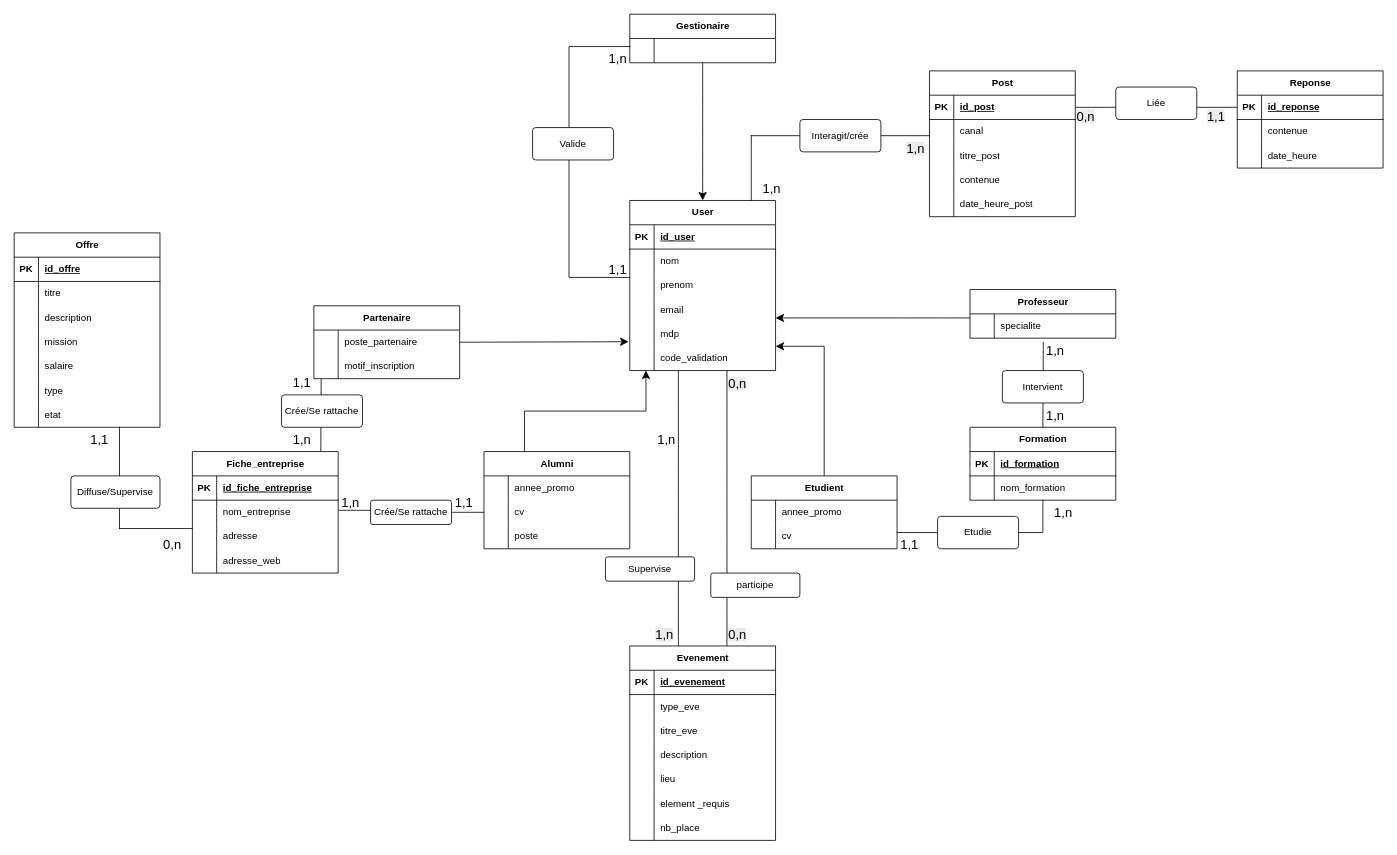
Above: Informations/MCD projet lprs V3.drawio in Ruthh-mt/projet-lprs (draw.io), before the change. Source tidied: cells renumbered, new cells numbered last; positions are measured from the earlier drawing's top-left corner, leaving out a move shared by most shapes. Both pictures are drawn from the tidied source at 81%, with x=0, y=0 at pixel (14, 14).
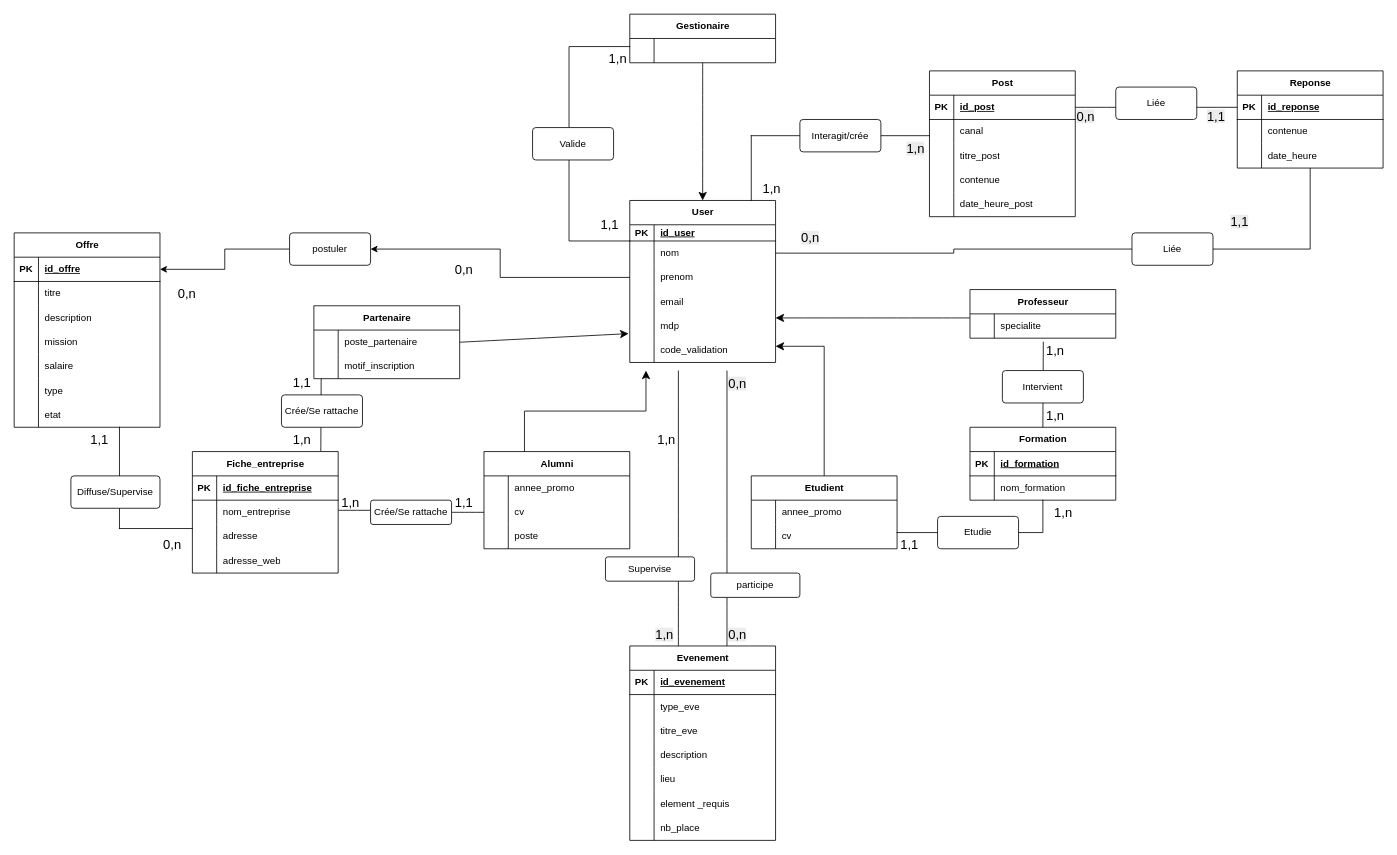
The same diagram, later.

Commit message:
Mettre à jour MCD projet lprs V3.drawio

The change refers to these unchanged cells:
```xml
<mxCell id="113" style="shape=tableRow;horizontal=0;startSize=0;swimlaneHead=0;swimlaneBody=0;fillColor=none;points=[[0,0.5],[1,0.5]];portConstraint=eastwest;top=0;left=0;right=0;bottom=1;" parent="112" vertex="1">
  <mxGeometry y="30" width="180" height="30" as="geometry" />
</mxCell>
<mxCell id="152" value="Reponse" style="shape=table;startSize=30;childLayout=tableLayout;rowLines=0;fontStyle=1;align=center;html=1;" parent="1" vertex="1">
  <mxGeometry x="1510" y="70" width="180" height="120" as="geometry" />
</mxCell>
```

What changed in the source:
```diff
@@
     <mxCell id="2" value="User" style="shape=table;startSize=30;childLayout=tableLayout;rowLines=0;fontStyle=1;align=center;html=1;" parent="1" vertex="1">
-      <mxGeometry x="760" y="230" width="180" height="210" as="geometry" />
+      <mxGeometry x="760" y="230" width="180" height="200" as="geometry" />
     </mxCell>
     <mxCell id="3" style="shape=tableRow;horizontal=0;startSize=0;swimlaneHead=0;swimlaneBody=0;fillColor=none;top=0;left=0;right=0;bottom=1;" parent="2" vertex="1">
-      <mxGeometry y="30" width="180" height="30" as="geometry" />
+      <mxGeometry y="30" width="180" height="20" as="geometry" />
     </mxCell>
     <mxCell id="4" value="PK" style="shape=partialRectangle;fillColor=none;top=0;left=0;bottom=0;right=0;fontStyle=1;overflow=hidden;whiteSpace=wrap;html=1;" parent="3" vertex="1">
-      <mxGeometry width="30" height="30" as="geometry" />
+      <mxGeometry width="30" height="20" as="geometry" />
     </mxCell>
     <mxCell id="5" value="id_user" style="shape=partialRectangle;fillColor=none;top=0;left=0;bottom=0;right=0;align=left;spacingLeft=6;fontStyle=5;overflow=hidden;whiteSpace=wrap;html=1;" parent="3" vertex="1">
-      <mxGeometry x="30" width="150" height="30" as="geometry" />
+      <mxGeometry x="30" width="150" height="20" as="geometry" />
     </mxCell>
     <mxCell id="6" style="shape=tableRow;horizontal=0;startSize=0;swimlaneHead=0;swimlaneBody=0;fillColor=none;points=[[0,0.5],[1,0.5]];portConstraint=eastwest;top=0;left=0;right=0;bottom=0;" parent="2" vertex="1">
-      <mxGeometry y="60" width="180" height="30" as="geometry" />
+      <mxGeometry y="50" width="180" height="30" as="geometry" />
     </mxCell>
@@
     <mxCell id="9" style="shape=tableRow;horizontal=0;startSize=0;swimlaneHead=0;swimlaneBody=0;fillColor=none;points=[[0,0.5],[1,0.5]];portConstraint=eastwest;top=0;left=0;right=0;bottom=0;" parent="2" vertex="1">
-      <mxGeometry y="90" width="180" height="30" as="geometry" />
+      <mxGeometry y="80" width="180" height="30" as="geometry" />
     </mxCell>
@@
     <mxCell id="12" style="shape=tableRow;horizontal=0;startSize=0;swimlaneHead=0;swimlaneBody=0;fillColor=none;top=0;left=0;right=0;bottom=0;" parent="2" vertex="1">
-      <mxGeometry y="120" width="180" height="30" as="geometry" />
+      <mxGeometry y="110" width="180" height="30" as="geometry" />
     </mxCell>
@@
     <mxCell id="15" style="shape=tableRow;horizontal=0;startSize=0;swimlaneHead=0;swimlaneBody=0;fillColor=none;points=[[0,0.5],[1,0.5]];portConstraint=eastwest;top=0;left=0;right=0;bottom=0;" parent="2" vertex="1">
-      <mxGeometry y="150" width="180" height="30" as="geometry" />
+      <mxGeometry y="140" width="180" height="30" as="geometry" />
     </mxCell>
@@
     <mxCell id="18" style="shape=tableRow;horizontal=0;startSize=0;swimlaneHead=0;swimlaneBody=0;fillColor=none;top=0;left=0;right=0;bottom=0;" parent="2" vertex="1">
-      <mxGeometry y="180" width="180" height="30" as="geometry" />
+      <mxGeometry y="170" width="180" height="30" as="geometry" />
     </mxCell>
@@
     <mxCell id="75" style="shape=partialRectangle;whiteSpace=wrap;html=1;bottom=1;right=1;left=1;top=0;fillColor=none;routingCenterX=-0.5;rotation=90;" parent="1" vertex="1">
-      <mxGeometry x="580" y="145" width="285" height="75" as="geometry" />
+      <mxGeometry x="602.5" y="122.5" width="240" height="75" as="geometry" />
     </mxCell>
@@
     <mxCell id="177" value="1,1" style="text;html=1;align=center;verticalAlign=middle;strokeColor=none;fillColor=none;fontSize=16;" parent="1" vertex="1">
-      <mxGeometry x="720" y="300" width="50" height="30" as="geometry" />
+      <mxGeometry x="710" y="245" width="50" height="30" as="geometry" />
     </mxCell>
@@
+    <mxCell id="189" style="edgeStyle=orthogonalEdgeStyle;rounded=0;jettySize=auto;html=1;exitX=0;exitY=0.5;exitDx=0;exitDy=0;endArrow=none;endFill=0;" parent="1" edge="1" source="191" target="6">
+      <mxGeometry relative="1" as="geometry" />
+    </mxCell>
+    <mxCell id="190" style="edgeStyle=orthogonalEdgeStyle;rounded=0;jettySize=auto;html=1;exitX=1;exitY=0.5;exitDx=0;exitDy=0;endArrow=none;endFill=0;" parent="1" edge="1" source="191" target="152">
+      <mxGeometry relative="1" as="geometry" />
+    </mxCell>
+    <mxCell id="191" value="Liée" style="rounded=1;arcSize=10;whiteSpace=wrap;html=1;align=center;" parent="1" vertex="1">
+      <mxGeometry x="1380" y="270" width="100" height="40" as="geometry" />
+    </mxCell>
+    <mxCell id="192" value="&lt;span style=&quot;color: rgb(0, 0, 0); font-family: Helvetica; font-size: 16px; font-style: normal; font-variant-ligatures: normal; font-variant-caps: normal; font-weight: 400; letter-spacing: normal; orphans: 2; text-align: center; text-indent: 0px; text-transform: none; widows: 2; word-spacing: 0px; -webkit-text-stroke-width: 0px; white-space: nowrap; background-color: rgb(236, 236, 236); text-decoration-thickness: initial; text-decoration-style: initial; text-decoration-color: initial; display: inline !important; float: none;&quot;&gt;1,1&lt;/span&gt;" style="text;whiteSpace=wrap;html=1;" parent="1" vertex="1">
+      <mxGeometry x="1500" y="240" width="60" height="40" as="geometry" />
+    </mxCell>
+    <mxCell id="193" value="&lt;span style=&quot;color: rgb(0, 0, 0); font-family: Helvetica; font-size: 16px; font-style: normal; font-variant-ligatures: normal; font-variant-caps: normal; font-weight: 400; letter-spacing: normal; orphans: 2; text-align: center; text-indent: 0px; text-transform: none; widows: 2; word-spacing: 0px; -webkit-text-stroke-width: 0px; white-space: nowrap; background-color: rgb(236, 236, 236); text-decoration-thickness: initial; text-decoration-style: initial; text-decoration-color: initial; display: inline !important; float: none;&quot;&gt;0,n&lt;/span&gt;" style="text;whiteSpace=wrap;html=1;" parent="1" vertex="1">
+      <mxGeometry x="970" y="260" width="60" height="40" as="geometry" />
+    </mxCell>
+    <mxCell id="194" style="edgeStyle=orthogonalEdgeStyle;rounded=0;jettySize=auto;html=1;exitX=0;exitY=0.5;exitDx=0;exitDy=0;entryX=1;entryY=0.5;entryDx=0;entryDy=0;" parent="1" edge="1" source="195" target="113">
+      <mxGeometry relative="1" as="geometry" />
+    </mxCell>
+    <mxCell id="195" value="postuler" style="rounded=1;arcSize=10;whiteSpace=wrap;html=1;align=center;" parent="1" vertex="1">
+      <mxGeometry x="340" y="270" width="100" height="40" as="geometry" />
+    </mxCell>
+    <mxCell id="196" style="edgeStyle=orthogonalEdgeStyle;rounded=0;jettySize=auto;html=1;exitX=0;exitY=0.5;exitDx=0;exitDy=0;entryX=1;entryY=0.5;entryDx=0;entryDy=0;" parent="1" edge="1" source="9" target="195">
+      <mxGeometry relative="1" as="geometry" />
+    </mxCell>
+    <mxCell id="197" value="0,n" style="text;html=1;align=center;verticalAlign=middle;strokeColor=none;fillColor=none;fontSize=16;" parent="1" vertex="1">
+      <mxGeometry x="187.5" y="330" width="50" height="30" as="geometry" />
+    </mxCell>
+    <mxCell id="198" value="0,n" style="text;html=1;align=center;verticalAlign=middle;strokeColor=none;fillColor=none;fontSize=16;" parent="1" vertex="1">
+      <mxGeometry x="530" y="300" width="50" height="30" as="geometry" />
+    </mxCell>
```
